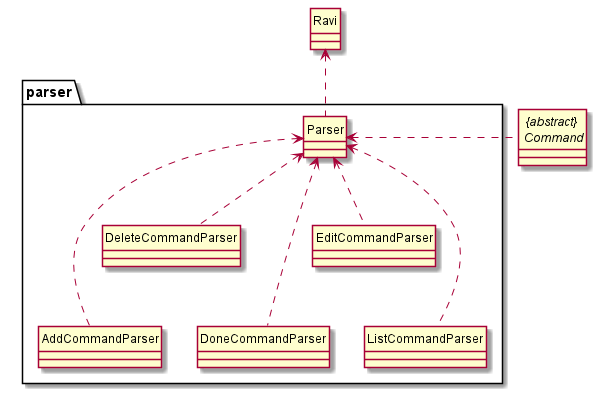
wangqinNick/tp keeps this PlantUML diagram as docs/diagrams/ParserClassDiagram.png. Above is the earlier version. Its diagram source:
```plantuml
@startuml

hide circle
skinparam classAttributeIconSize 0

class Ravi
abstract class "{abstract} \n Command"
package parser {
    class Parser
    class AddCommandParser
    class DeleteCommandParser
    class DoneCommandParser
    class EditCommandParser
    class ListCommandParser
}
Ravi <.. Parser
Parser <. "{abstract} \n Command"
Parser <... AddCommandParser
Parser <.. DeleteCommandParser
Parser <... DoneCommandParser
Parser <.. EditCommandParser
Parser <... ListCommandParser

@enduml
```
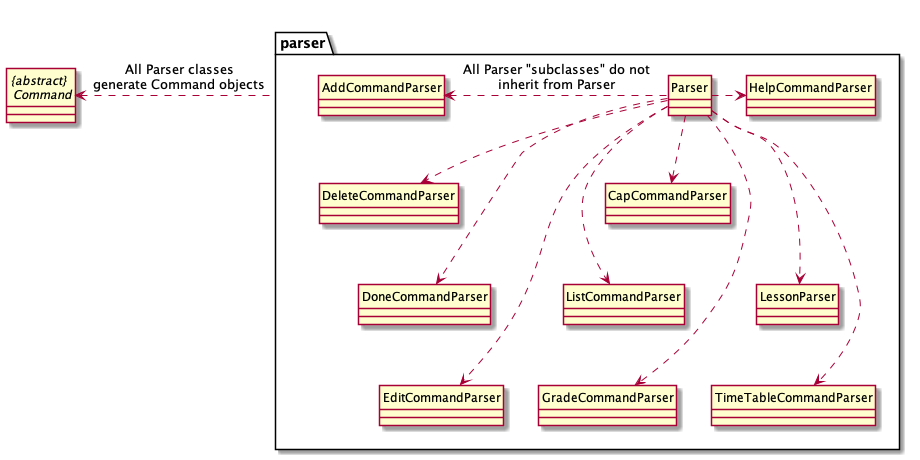
After the commit.

Change to the diagram source:
```diff
@@ -3,7 +3,6 @@
 hide circle
 skinparam classAttributeIconSize 0
 
-class Ravi
 abstract class "{abstract} \n Command"
 package parser {
     class Parser
@@ -12,13 +11,23 @@
     class DoneCommandParser
     class EditCommandParser
     class ListCommandParser
+    class CapCommandParser
+    class GradeCommandParser
+    class HelpCommandParser
+    class LessonParser
+    class TimeTableCommandParser
 }
-Ravi <.. Parser
-Parser <. "{abstract} \n Command"
-Parser <... AddCommandParser
-Parser <.. DeleteCommandParser
-Parser <... DoneCommandParser
-Parser <.. EditCommandParser
-Parser <... ListCommandParser
+parser .left.> "{abstract} \n Command" : All Parser classes\ngenerate Command objects
+
+Parser .left.> AddCommandParser :  All Parser "subclasses" do not\ninherit from Parser
+Parser .right.> HelpCommandParser
+Parser ..> DeleteCommandParser
+Parser ...> DoneCommandParser
+Parser ....> EditCommandParser
+Parser ...> ListCommandParser
+Parser ..> CapCommandParser
+Parser ....> GradeCommandParser
+Parser ...> LessonParser
+Parser ....> TimeTableCommandParser
 
 @enduml
```
